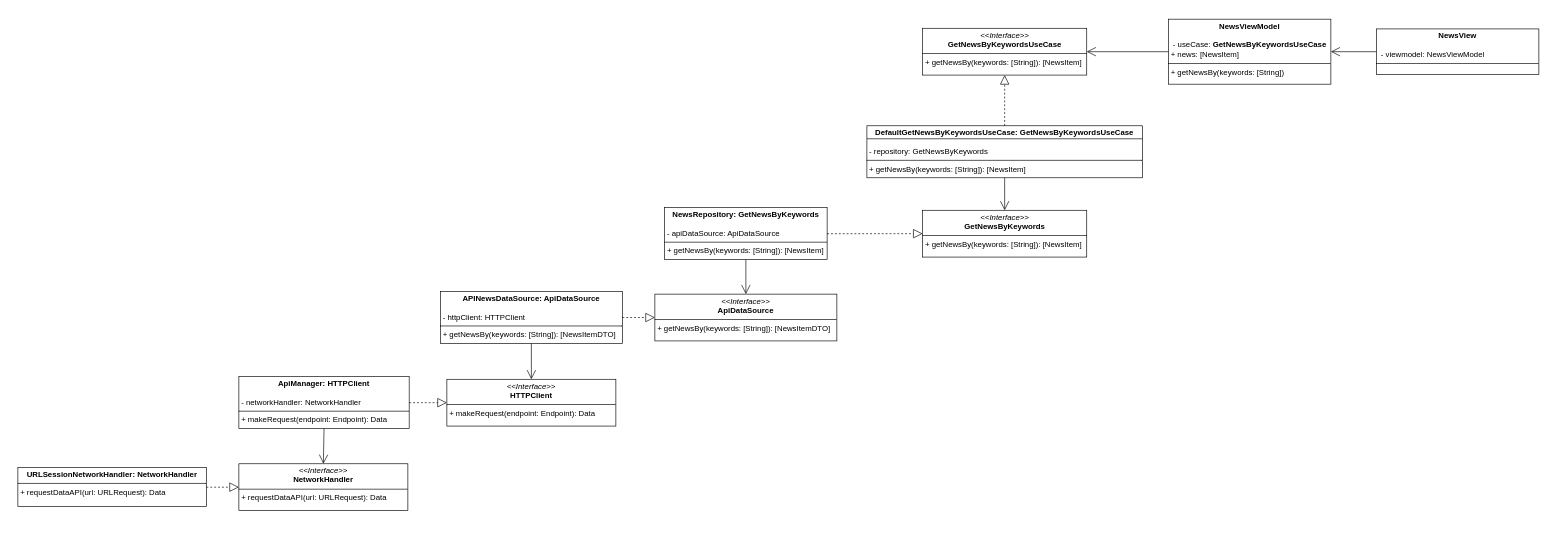
The draw.io diagram page "CleanArchitecture" (3 of 3) of 002_clean_architecture/resources/CleanArchitectureExampleUML.drawio in josemortizs/ArticulosTecnicos, before the edit. Source tidied: cells renumbered, new cells numbered last; positions are measured from the earlier drawing's top-left corner, leaving out a move shared by most shapes. Both pictures are drawn from the tidied source at 65%, with x=0, y=0 at pixel (18, 19).
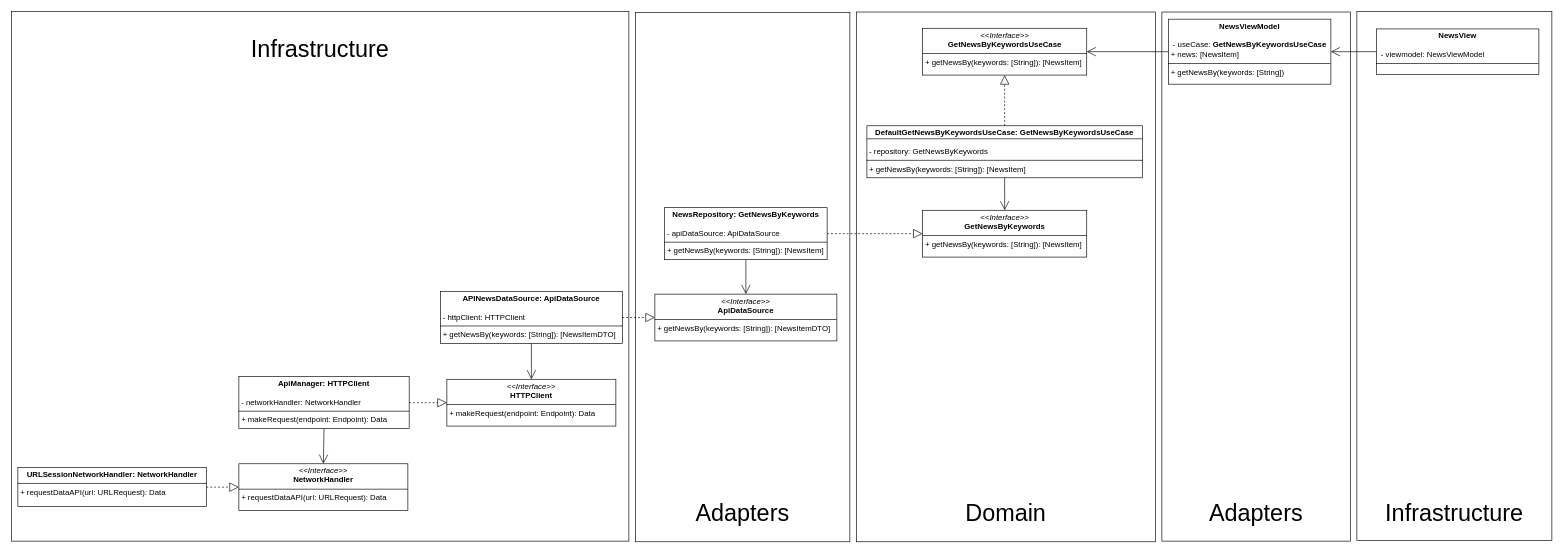
The same diagram, later.

Diff of the diagram source:
```diff
@@
+    <mxCell id="26" style="rounded=0;whiteSpace=wrap;html=1;" parent="1" vertex="1">
+      <mxGeometry x="2060" y="-12" width="300" height="814" as="geometry" />
+    </mxCell>
+    <mxCell id="27" style="rounded=0;whiteSpace=wrap;html=1;" parent="1" vertex="1">
+      <mxGeometry x="-10" y="-12" width="950" height="815" as="geometry" />
+    </mxCell>
+    <mxCell id="28" style="rounded=0;whiteSpace=wrap;html=1;" parent="1" vertex="1">
+      <mxGeometry x="1760" y="-11" width="290" height="814" as="geometry" />
+    </mxCell>
+    <mxCell id="29" style="rounded=0;whiteSpace=wrap;html=1;" parent="1" vertex="1">
+      <mxGeometry x="950" y="-10" width="330" height="814" as="geometry" />
+    </mxCell>
+    <mxCell id="30" style="rounded=0;whiteSpace=wrap;html=1;" parent="1" vertex="1">
+      <mxGeometry x="1290" y="-11" width="460" height="815" as="geometry" />
+    </mxCell>
@@
+    <mxCell id="31" value="&lt;font style=&quot;font-size: 36px;&quot;&gt;Domain&lt;/font&gt;" style="text;html=1;align=center;verticalAlign=middle;whiteSpace=wrap;rounded=0;" parent="1" vertex="1">
+      <mxGeometry x="1300" y="734" width="440" height="50" as="geometry" />
+    </mxCell>
+    <mxCell id="32" value="&lt;font style=&quot;font-size: 36px;&quot;&gt;Adapters&lt;/font&gt;" style="text;html=1;align=center;verticalAlign=middle;whiteSpace=wrap;rounded=0;" parent="1" vertex="1">
+      <mxGeometry x="960" y="734" width="310" height="50" as="geometry" />
+    </mxCell>
+    <mxCell id="33" value="&lt;font style=&quot;font-size: 36px;&quot;&gt;Adapters&lt;/font&gt;" style="text;html=1;align=center;verticalAlign=middle;whiteSpace=wrap;rounded=0;" parent="1" vertex="1">
+      <mxGeometry x="1770" y="734" width="270" height="50" as="geometry" />
+    </mxCell>
+    <mxCell id="34" value="&lt;font style=&quot;font-size: 36px;&quot;&gt;Infrastructure&lt;/font&gt;" style="text;html=1;align=center;verticalAlign=middle;whiteSpace=wrap;rounded=0;" parent="1" vertex="1">
+      <mxGeometry y="15" width="930" height="59" as="geometry" />
+    </mxCell>
+    <mxCell id="35" value="&lt;font style=&quot;font-size: 36px;&quot;&gt;Infrastructure&lt;/font&gt;" style="text;html=1;align=center;verticalAlign=middle;whiteSpace=wrap;rounded=0;" parent="1" vertex="1">
+      <mxGeometry x="2075" y="734" width="270" height="50" as="geometry" />
+    </mxCell>
```
